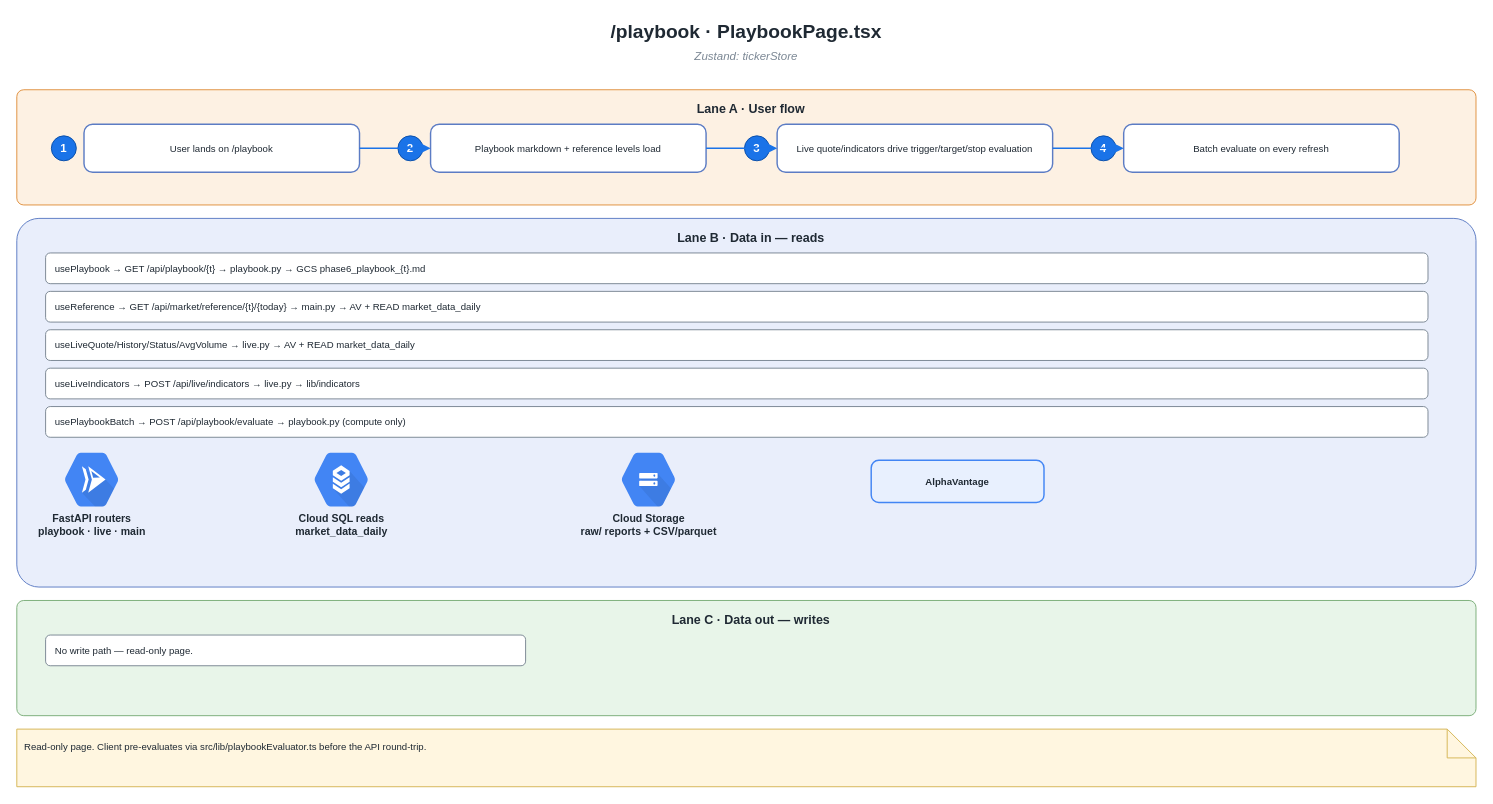
Above: page "7 · Playbook" (8 of 15) of Frontend-icons.drawio in TeneikaAskew/solyra (draw.io), before the change. Source tidied: cells renumbered, new cells numbered last; positions are measured from the earlier drawing's top-left corner, leaving out a move shared by most shapes. Both pictures are drawn from the tidied source at 96%, with x=0, y=0 at pixel (16, 16).
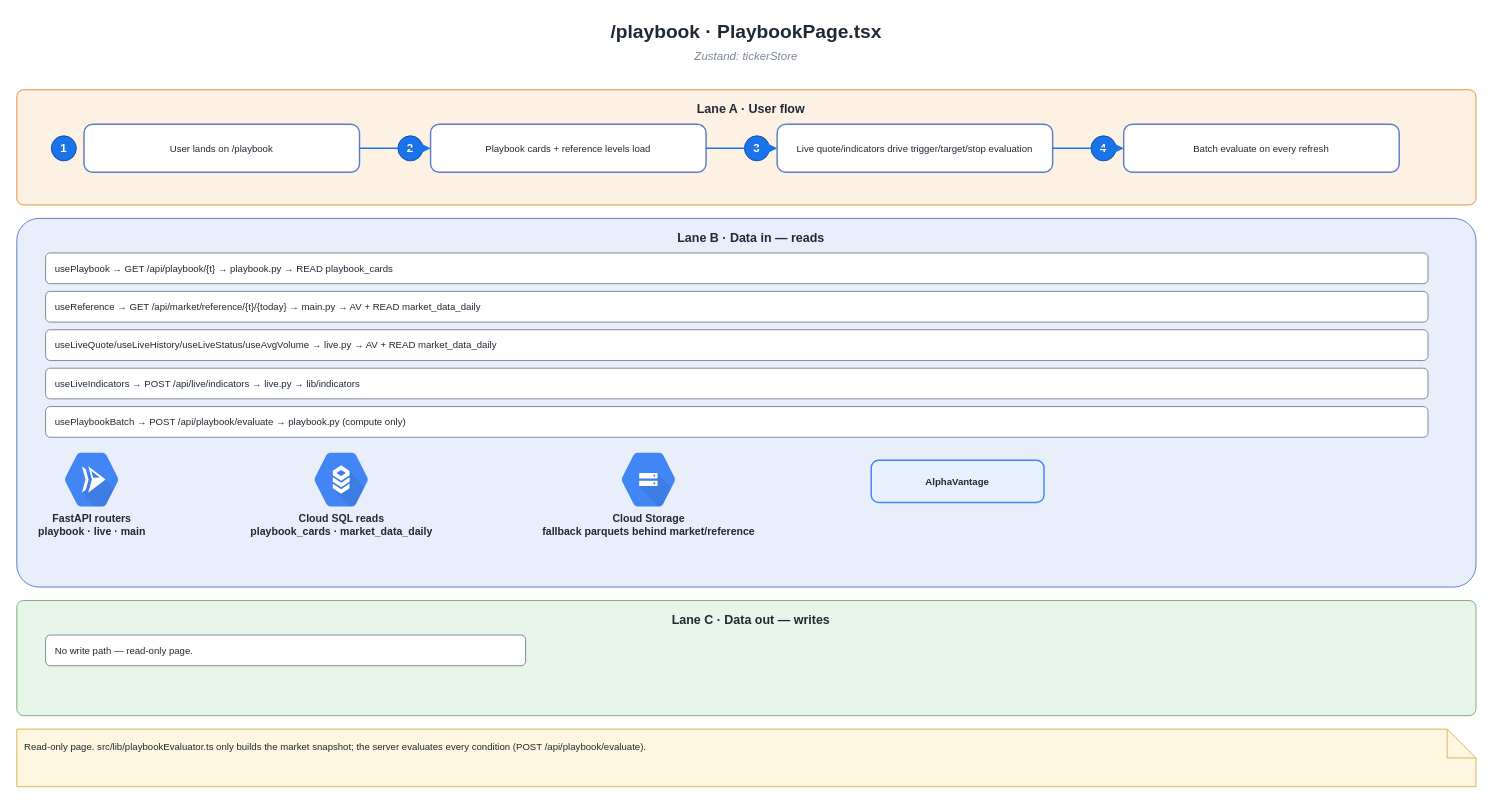
After the change.

What changed in the source:
```diff
@@
-    <mxCell id="8" value="Playbook markdown + reference levels load" style="rounded=1;arcSize=18;whiteSpace=wrap;html=1;fillColor=#ffffff;strokeColor=#5c7cc4;strokeWidth=1.5;fontSize=10;fontColor=#1f2933;align=center;verticalAlign=middle;" parent="1" vertex="1">
+    <mxCell id="8" value="Playbook cards + reference levels load" style="rounded=1;arcSize=18;whiteSpace=wrap;html=1;fillColor=#ffffff;strokeColor=#5c7cc4;strokeWidth=1.5;fontSize=10;fontColor=#1f2933;align=center;verticalAlign=middle;" parent="1" vertex="1">
       <mxGeometry x="431" y="112" width="287" height="50" as="geometry" />
     </mxCell>
@@
-    <mxCell id="17" value="usePlaybook → GET /api/playbook/{t} → playbook.py → GCS phase6_playbook_{t}.md" style="rounded=1;whiteSpace=wrap;html=1;fillColor=#ffffff;strokeColor=#7b8794;fontSize=10;align=left;verticalAlign=middle;spacingLeft=8;fontColor=#1f2933;" parent="1" vertex="1">
+    <mxCell id="17" value="usePlaybook → GET /api/playbook/{t} → playbook.py → READ playbook_cards" style="rounded=1;whiteSpace=wrap;html=1;fillColor=#ffffff;strokeColor=#7b8794;fontSize=10;align=left;verticalAlign=middle;spacingLeft=8;fontColor=#1f2933;" parent="1" vertex="1">
       <mxGeometry x="30" y="246" width="1440" height="32" as="geometry" />
     </mxCell>
@@
-    <mxCell id="19" value="useLiveQuote/History/Status/AvgVolume → live.py → AV + READ market_data_daily" style="rounded=1;whiteSpace=wrap;html=1;fillColor=#ffffff;strokeColor=#7b8794;fontSize=10;align=left;verticalAlign=middle;spacingLeft=8;fontColor=#1f2933;" parent="1" vertex="1">
+    <mxCell id="19" value="useLiveQuote/useLiveHistory/useLiveStatus/useAvgVolume → live.py → AV + READ market_data_daily" style="rounded=1;whiteSpace=wrap;html=1;fillColor=#ffffff;strokeColor=#7b8794;fontSize=10;align=left;verticalAlign=middle;spacingLeft=8;fontColor=#1f2933;" parent="1" vertex="1">
       <mxGeometry x="30" y="326" width="1440" height="32" as="geometry" />
     </mxCell>
@@
-    <mxCell id="23" value="Cloud SQL reads&#10;market_data_daily" style="sketch=0;html=1;strokeColor=none;shadow=0;fillColor=#4285F4;verticalLabelPosition=bottom;verticalAlign=top;labelPosition=center;align=center;fontSize=11;fontStyle=1;fontColor=#1f2933;shape=mxgraph.gcp2.cloud_sql;" parent="1" vertex="1">
+    <mxCell id="23" value="Cloud SQL reads&#10;playbook_cards · market_data_daily" style="sketch=0;html=1;strokeColor=none;shadow=0;fillColor=#4285F4;verticalLabelPosition=bottom;verticalAlign=top;labelPosition=center;align=center;fontSize=11;fontStyle=1;fontColor=#1f2933;shape=mxgraph.gcp2.cloud_sql;" parent="1" vertex="1">
       <mxGeometry x="310" y="454" width="56" height="56" as="geometry" />
     </mxCell>
-    <mxCell id="24" value="Cloud Storage&#10;raw/ reports + CSV/parquet" style="sketch=0;html=1;strokeColor=none;shadow=0;fillColor=#4285F4;verticalLabelPosition=bottom;verticalAlign=top;labelPosition=center;align=center;fontSize=11;fontStyle=1;fontColor=#1f2933;shape=mxgraph.gcp2.cloud_storage;" parent="1" vertex="1">
+    <mxCell id="24" value="Cloud Storage&#10;fallback parquets behind market/reference" style="sketch=0;html=1;strokeColor=none;shadow=0;fillColor=#4285F4;verticalLabelPosition=bottom;verticalAlign=top;labelPosition=center;align=center;fontSize=11;fontStyle=1;fontColor=#1f2933;shape=mxgraph.gcp2.cloud_storage;" parent="1" vertex="1">
       <mxGeometry x="630" y="454" width="56" height="56" as="geometry" />
     </mxCell>
@@
-    <mxCell id="28" value="Read-only page. Client pre-evaluates via src/lib/playbookEvaluator.ts before the API round-trip." style="shape=note;whiteSpace=wrap;html=1;fillColor=#fff6e0;strokeColor=#d6b656;strokeWidth=1;fontSize=10;align=left;verticalAlign=top;spacing=8;fontColor=#1f2933;" parent="1" vertex="1">
+    <mxCell id="28" value="Read-only page. src/lib/playbookEvaluator.ts only builds the market snapshot; the server evaluates every condition (POST /api/playbook/evaluate)." style="shape=note;whiteSpace=wrap;html=1;fillColor=#fff6e0;strokeColor=#d6b656;strokeWidth=1;fontSize=10;align=left;verticalAlign=top;spacing=8;fontColor=#1f2933;" parent="1" vertex="1">
       <mxGeometry y="742" width="1520" height="60" as="geometry" />
     </mxCell>
```
